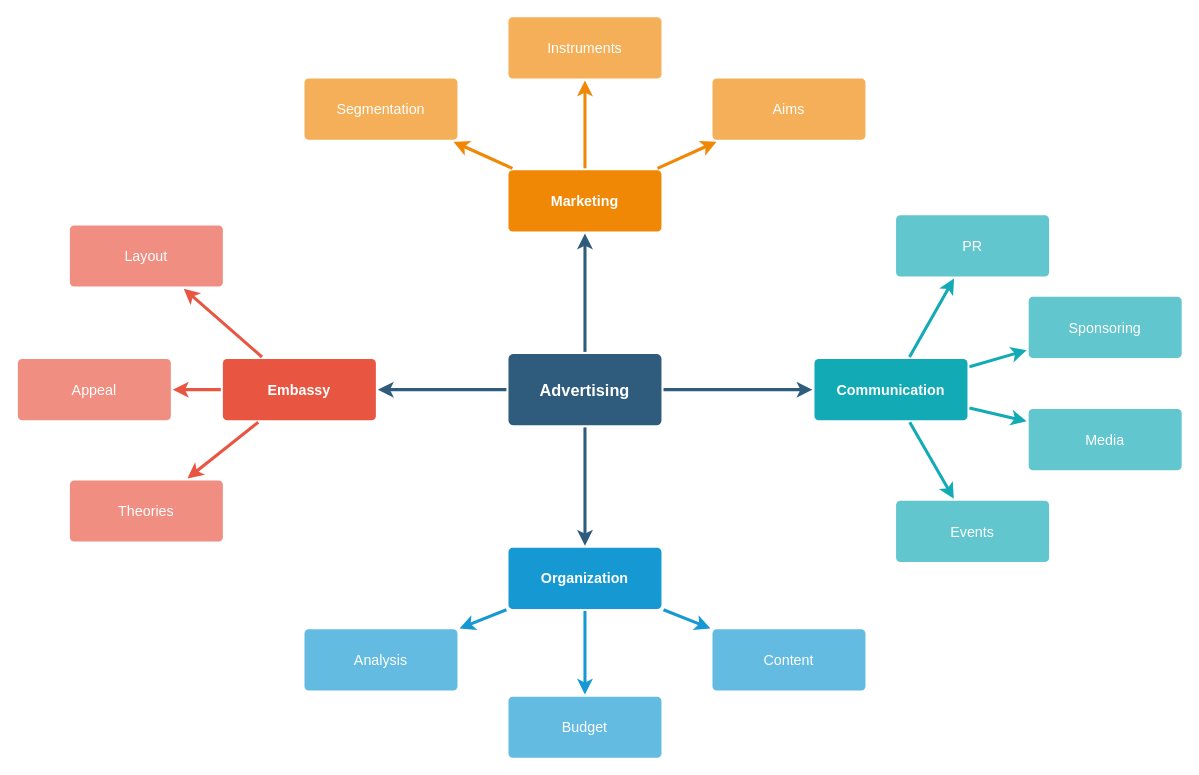
This is branch/shell.drawio from cherubic/drawio, a draw.io file, before an edit. Source tidied: cells renumbered, new cells numbered last; positions are measured from the earlier drawing's top-left corner, leaving out a move shared by most shapes. Both pictures are drawn from the tidied source at 102%, with x=0, y=0 at pixel (17, 16).
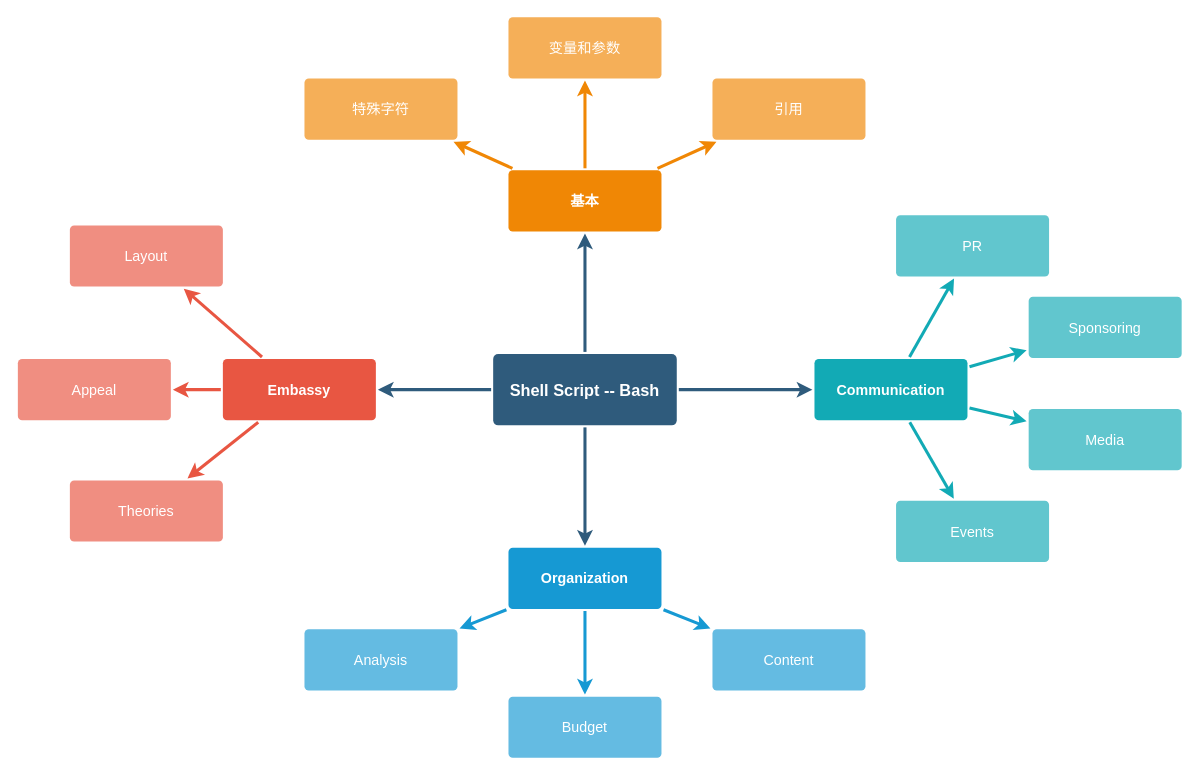
The same diagram, later.

Change to the diagram source:
```diff
@@
-    <mxCell id="6" value="Advertising" style="rounded=1;whiteSpace=wrap;html=1;shadow=0;labelBackgroundColor=none;strokeColor=none;strokeWidth=3;fillColor=#2F5B7C;fontFamily=Helvetica;fontSize=16;fontColor=#FFFFFF;align=center;fontStyle=1;spacing=5;arcSize=7;perimeterSpacing=2;" parent="1" vertex="1">
-      <mxGeometry x="481" y="330.5" width="150" height="70" as="geometry" />
+    <mxCell id="6" value="Shell Script -- Bash" style="rounded=1;whiteSpace=wrap;html=1;shadow=0;labelBackgroundColor=none;strokeColor=none;strokeWidth=3;fillColor=#2F5B7C;fontFamily=Helvetica;fontSize=16;fontColor=#FFFFFF;align=center;fontStyle=1;spacing=5;arcSize=7;perimeterSpacing=2;" parent="1" vertex="1">
+      <mxGeometry x="466" y="330.5" width="180" height="70" as="geometry" />
     </mxCell>
@@
-    <mxCell id="21" value="Marketing" style="rounded=1;whiteSpace=wrap;html=1;shadow=0;labelBackgroundColor=none;strokeColor=none;strokeWidth=3;fillColor=#F08705;fontFamily=Helvetica;fontSize=14;fontColor=#FFFFFF;align=center;spacing=5;fontStyle=1;arcSize=7;perimeterSpacing=2;" parent="1" vertex="1">
+    <mxCell id="21" value="基本" style="rounded=1;whiteSpace=wrap;html=1;shadow=0;labelBackgroundColor=none;strokeColor=none;strokeWidth=3;fillColor=#F08705;fontFamily=Helvetica;fontSize=14;fontColor=#FFFFFF;align=center;spacing=5;fontStyle=1;arcSize=7;perimeterSpacing=2;" parent="1" vertex="1">
       <mxGeometry x="481" y="150.5" width="150" height="60" as="geometry" />
     </mxCell>
-    <mxCell id="22" value="Aims&lt;br&gt;" style="rounded=1;whiteSpace=wrap;html=1;shadow=0;labelBackgroundColor=none;strokeColor=none;strokeWidth=3;fillColor=#f5af58;fontFamily=Helvetica;fontSize=14;fontColor=#FFFFFF;align=center;spacing=5;arcSize=7;perimeterSpacing=2;" parent="1" vertex="1">
+    <mxCell id="22" value="引用" style="rounded=1;whiteSpace=wrap;html=1;shadow=0;labelBackgroundColor=none;strokeColor=none;strokeWidth=3;fillColor=#f5af58;fontFamily=Helvetica;fontSize=14;fontColor=#FFFFFF;align=center;spacing=5;arcSize=7;perimeterSpacing=2;" parent="1" vertex="1">
       <mxGeometry x="681" y="60.5" width="150" height="60" as="geometry" />
     </mxCell>
@@
-    <mxCell id="24" value="Instruments" style="rounded=1;whiteSpace=wrap;html=1;shadow=0;labelBackgroundColor=none;strokeColor=none;strokeWidth=3;fillColor=#f5af58;fontFamily=Helvetica;fontSize=14;fontColor=#FFFFFF;align=center;spacing=5;arcSize=7;perimeterSpacing=2;" parent="1" vertex="1">
+    <mxCell id="24" value="变量和参数" style="rounded=1;whiteSpace=wrap;html=1;shadow=0;labelBackgroundColor=none;strokeColor=none;strokeWidth=3;fillColor=#f5af58;fontFamily=Helvetica;fontSize=14;fontColor=#FFFFFF;align=center;spacing=5;arcSize=7;perimeterSpacing=2;" parent="1" vertex="1">
       <mxGeometry x="481" y="0.5" width="150" height="60" as="geometry" />
     </mxCell>
@@
-    <mxCell id="26" value="Segmentation" style="rounded=1;whiteSpace=wrap;html=1;shadow=0;labelBackgroundColor=none;strokeColor=none;strokeWidth=3;fillColor=#f5af58;fontFamily=Helvetica;fontSize=14;fontColor=#FFFFFF;align=center;spacing=5;arcSize=7;perimeterSpacing=2;" parent="1" vertex="1">
+    <mxCell id="26" value="特殊字符" style="rounded=1;whiteSpace=wrap;html=1;shadow=0;labelBackgroundColor=none;strokeColor=none;strokeWidth=3;fillColor=#f5af58;fontFamily=Helvetica;fontSize=14;fontColor=#FFFFFF;align=center;spacing=5;arcSize=7;perimeterSpacing=2;" parent="1" vertex="1">
       <mxGeometry x="281" y="60.5" width="150" height="60" as="geometry" />
     </mxCell>
```
